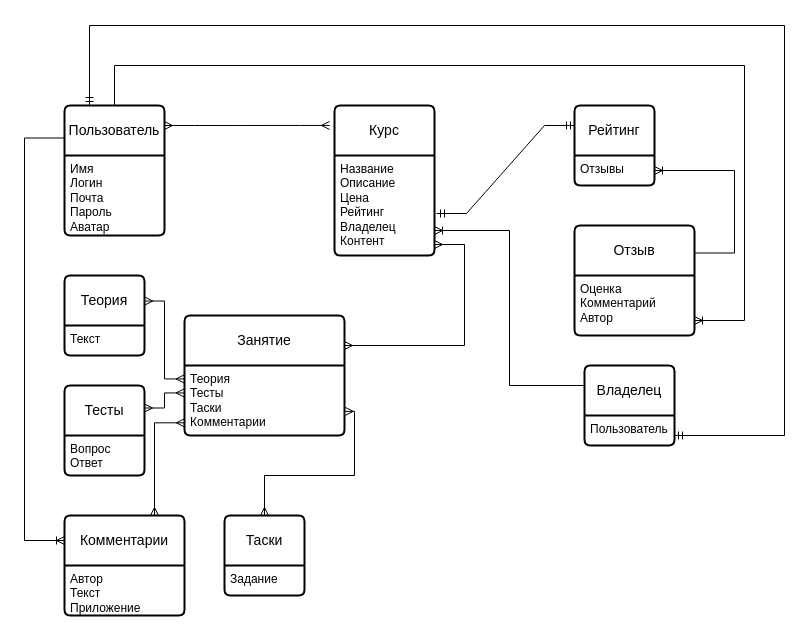
Before: page "ER-Logic" (4 of 20) of Диаграммы/ДиграммыТЗ.drawio in bosonhiiggs/Music-Trainee, a draw.io diagram. Source tidied: cells renumbered, new cells numbered last; positions are measured from the earlier drawing's top-left corner, leaving out a move shared by most shapes. Both pictures are drawn from the tidied source at 100%, with x=0, y=0 at pixel (24, 25).
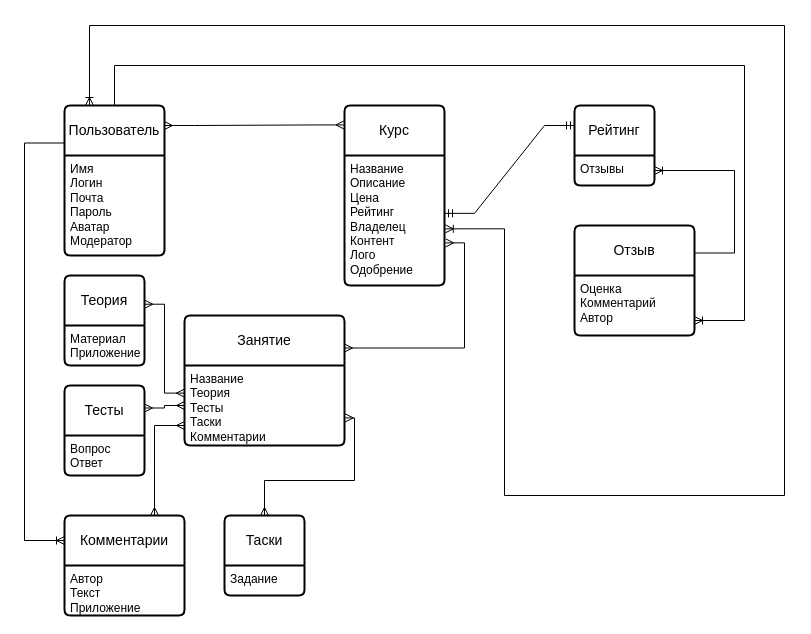
After the change.

Unchanged cells that the change refers to:
```xml
<mxCell id="6" value="Рейтинг" style="swimlane;horizontal=1;startSize=50;rounded=1;fontSize=14;fontStyle=0;strokeWidth=2;shadow=0;dashed=0;align=center;arcSize=4;whiteSpace=wrap;html=1;" parent="1" vertex="1">
  <mxGeometry x="550" y="80" width="80" height="80" as="geometry" />
</mxCell>
<mxCell id="19" value="Тесты" style="swimlane;horizontal=1;startSize=50;rounded=1;fontSize=14;fontStyle=0;strokeWidth=2;shadow=0;dashed=0;align=center;arcSize=4;whiteSpace=wrap;html=1;" parent="1" vertex="1">
  <mxGeometry x="40" y="360" width="80" height="90" as="geometry" />
</mxCell>
<mxCell id="23" value="Комментарии" style="swimlane;horizontal=1;startSize=50;rounded=1;fontSize=14;fontStyle=0;strokeWidth=2;shadow=0;dashed=0;align=center;arcSize=4;whiteSpace=wrap;html=1;" parent="1" vertex="1">
  <mxGeometry x="40" y="490" width="120" height="100" as="geometry" />
</mxCell>
```

Change to the diagram source:
```diff
@@
     <mxCell id="2" value="Пользователь" style="swimlane;horizontal=1;startSize=50;rounded=1;fontSize=14;fontStyle=0;strokeWidth=2;shadow=0;dashed=0;align=center;arcSize=4;whiteSpace=wrap;html=1;" parent="1" vertex="1">
-      <mxGeometry x="40" y="80" width="100" height="130" as="geometry" />
+      <mxGeometry x="40" y="80" width="100" height="150" as="geometry" />
     </mxCell>
-    <mxCell id="3" value="Имя&lt;div&gt;Логин&lt;/div&gt;&lt;div&gt;Почта&lt;/div&gt;&lt;div&gt;Пароль&lt;/div&gt;&lt;div&gt;Аватар&lt;/div&gt;" style="align=left;strokeColor=none;fillColor=none;spacingLeft=4;fontSize=12;verticalAlign=top;html=1;" parent="2" vertex="1">
-      <mxGeometry y="50" width="100" height="80" as="geometry" />
+    <mxCell id="3" value="Имя&lt;div&gt;Логин&lt;/div&gt;&lt;div&gt;Почта&lt;/div&gt;&lt;div&gt;Пароль&lt;/div&gt;&lt;div&gt;Аватар&lt;/div&gt;&lt;div&gt;Модератор&lt;/div&gt;" style="align=left;strokeColor=none;fillColor=none;spacingLeft=4;fontSize=12;verticalAlign=top;html=1;" parent="2" vertex="1">
+      <mxGeometry y="50" width="100" height="100" as="geometry" />
     </mxCell>
     <mxCell id="4" value="Курс" style="swimlane;horizontal=1;startSize=50;rounded=1;fontSize=14;fontStyle=0;strokeWidth=2;shadow=0;dashed=0;align=center;arcSize=4;whiteSpace=wrap;html=1;" parent="1" vertex="1">
-      <mxGeometry x="310" y="80" width="100" height="150" as="geometry" />
+      <mxGeometry x="320" y="80" width="100" height="180" as="geometry" />
     </mxCell>
-    <mxCell id="5" value="Название&lt;div&gt;Описание&lt;/div&gt;&lt;div&gt;Цена&lt;/div&gt;&lt;div&gt;Рейтинг&lt;br&gt;Владелец&lt;/div&gt;&lt;div&gt;Контент&lt;/div&gt;&lt;div&gt;&lt;br&gt;&lt;/div&gt;" style="align=left;strokeColor=none;fillColor=none;spacingLeft=4;fontSize=12;verticalAlign=top;html=1;" parent="4" vertex="1">
-      <mxGeometry y="50" width="100" height="100" as="geometry" />
+    <mxCell id="5" value="Название&lt;div&gt;Описание&lt;/div&gt;&lt;div&gt;Цена&lt;/div&gt;&lt;div&gt;Рейтинг&lt;br&gt;Владелец&lt;/div&gt;&lt;div&gt;Контент&lt;/div&gt;&lt;div&gt;Лого&lt;/div&gt;&lt;div&gt;Одобрение&lt;/div&gt;" style="align=left;strokeColor=none;fillColor=none;spacingLeft=4;fontSize=12;verticalAlign=top;html=1;" parent="4" vertex="1">
+      <mxGeometry y="50" width="100" height="130" as="geometry" />
     </mxCell>
@@
-    <mxCell id="8" style="edgeStyle=entityRelationEdgeStyle;fontSize=12;html=1;endArrow=ERmandOne;startArrow=ERmandOne;rounded=0;entryX=0;entryY=0.25;entryDx=0;entryDy=0;exitX=1.02;exitY=0.58;exitDx=0;exitDy=0;exitPerimeter=0;" parent="1" edge="1" source="5" target="6">
+    <mxCell id="8" style="edgeStyle=entityRelationEdgeStyle;fontSize=12;html=1;endArrow=ERmandOne;startArrow=ERmandOne;rounded=0;entryX=0;entryY=0.25;entryDx=0;entryDy=0;exitX=1;exitY=0.445;exitDx=0;exitDy=0;exitPerimeter=0;" parent="1" edge="1" source="5" target="6">
       <mxGeometry relative="1" as="geometry" />
     </mxCell>
@@
     <mxCell id="13" value="Занятие" style="swimlane;horizontal=1;startSize=50;rounded=1;fontSize=14;fontStyle=0;strokeWidth=2;shadow=0;dashed=0;align=center;arcSize=4;whiteSpace=wrap;html=1;" parent="1" vertex="1">
-      <mxGeometry x="160" y="290" width="160" height="120" as="geometry" />
+      <mxGeometry x="160" y="290" width="160" height="130" as="geometry" />
     </mxCell>
-    <mxCell id="14" value="Теория&lt;div&gt;Тесты&lt;br&gt;Таски&lt;br&gt;Комментарии&lt;/div&gt;" style="align=left;strokeColor=none;fillColor=none;spacingLeft=4;fontSize=12;verticalAlign=top;html=1;" parent="13" vertex="1">
-      <mxGeometry y="50" width="160" height="70" as="geometry" />
+    <mxCell id="14" value="&lt;div&gt;Название&lt;/div&gt;Теория&lt;div&gt;Тесты&lt;br&gt;Таски&lt;br&gt;Комментарии&lt;/div&gt;" style="align=left;strokeColor=none;fillColor=none;spacingLeft=4;fontSize=12;verticalAlign=top;html=1;" parent="13" vertex="1">
+      <mxGeometry y="50" width="160" height="80" as="geometry" />
     </mxCell>
-    <mxCell id="15" style="edgeStyle=entityRelationEdgeStyle;fontSize=12;html=1;endArrow=ERmany;startArrow=ERmany;rounded=0;entryX=-0.05;entryY=0.133;entryDx=0;entryDy=0;entryPerimeter=0;" parent="1" edge="1" target="4">
+    <mxCell id="15" style="edgeStyle=entityRelationEdgeStyle;fontSize=12;html=1;endArrow=ERmany;startArrow=ERmany;rounded=0;entryX=-0.006;entryY=0.108;entryDx=0;entryDy=0;entryPerimeter=0;" parent="1" edge="1" target="4">
       <mxGeometry relative="1" as="geometry">
         <mxPoint x="140" y="100" as="sourcePoint" />
       </mxGeometry>
     </mxCell>
-    <mxCell id="16" style="edgeStyle=elbowEdgeStyle;fontSize=12;html=1;endArrow=ERmany;startArrow=ERmany;rounded=0;entryX=1;entryY=0.25;entryDx=0;entryDy=0;" parent="1" edge="1" target="13">
+    <mxCell id="16" style="edgeStyle=elbowEdgeStyle;fontSize=12;html=1;endArrow=ERmany;startArrow=ERmany;rounded=0;entryX=1;entryY=0.25;entryDx=0;entryDy=0;exitX=1.012;exitY=0.672;exitDx=0;exitDy=0;exitPerimeter=0;" parent="1" edge="1" source="5" target="13">
       <mxGeometry relative="1" as="geometry">
-        <mxPoint x="410" y="219" as="sourcePoint" />
         <Array as="points">
           <mxPoint x="440" y="270" />
         </Array>
       </mxGeometry>
     </mxCell>
     <mxCell id="17" value="Теория" style="swimlane;horizontal=1;startSize=50;rounded=1;fontSize=14;fontStyle=0;strokeWidth=2;shadow=0;dashed=0;align=center;arcSize=4;whiteSpace=wrap;html=1;" parent="1" vertex="1">
-      <mxGeometry x="40" y="250" width="80" height="80" as="geometry" />
+      <mxGeometry x="40" y="250" width="80" height="90" as="geometry" />
     </mxCell>
-    <mxCell id="18" value="Текст" style="align=left;strokeColor=none;fillColor=none;spacingLeft=4;fontSize=12;verticalAlign=top;html=1;" parent="17" vertex="1">
-      <mxGeometry y="50" width="80" height="30" as="geometry" />
+    <mxCell id="18" value="Материал&lt;div&gt;Приложение&lt;/div&gt;" style="align=left;strokeColor=none;fillColor=none;spacingLeft=4;fontSize=12;verticalAlign=top;html=1;" parent="17" vertex="1">
+      <mxGeometry y="50" width="80" height="40" as="geometry" />
     </mxCell>
@@
-    <mxCell id="25" style="edgeStyle=elbowEdgeStyle;fontSize=12;html=1;endArrow=ERmany;startArrow=ERmany;rounded=0;exitX=1.004;exitY=0.319;exitDx=0;exitDy=0;exitPerimeter=0;entryX=-0.003;entryY=0.192;entryDx=0;entryDy=0;entryPerimeter=0;" parent="1" edge="1" source="17" target="14">
+    <mxCell id="25" style="edgeStyle=elbowEdgeStyle;fontSize=12;html=1;endArrow=ERmany;startArrow=ERmany;rounded=0;exitX=1.004;exitY=0.319;exitDx=0;exitDy=0;exitPerimeter=0;entryX=-0.001;entryY=0.345;entryDx=0;entryDy=0;entryPerimeter=0;" parent="1" edge="1" source="17" target="14">
       <mxGeometry relative="1" as="geometry" />
     </mxCell>
-    <mxCell id="26" style="edgeStyle=elbowEdgeStyle;fontSize=12;html=1;endArrow=ERmany;startArrow=ERmany;rounded=0;entryX=-0.003;entryY=0.392;entryDx=0;entryDy=0;entryPerimeter=0;exitX=1;exitY=0.25;exitDx=0;exitDy=0;" parent="1" edge="1" source="19" target="14">
+    <mxCell id="26" style="edgeStyle=elbowEdgeStyle;fontSize=12;html=1;endArrow=ERmany;startArrow=ERmany;rounded=0;entryX=0;entryY=0.5;entryDx=0;entryDy=0;exitX=1;exitY=0.25;exitDx=0;exitDy=0;" parent="1" edge="1" source="19" target="14">
       <mxGeometry relative="1" as="geometry" />
     </mxCell>
@@
-    <mxCell id="28" style="edgeStyle=orthogonalEdgeStyle;fontSize=12;html=1;endArrow=ERmany;startArrow=ERmany;rounded=0;entryX=-0.001;entryY=0.819;entryDx=0;entryDy=0;entryPerimeter=0;exitX=0.75;exitY=0;exitDx=0;exitDy=0;" parent="1" edge="1" source="23" target="14">
-      <mxGeometry relative="1" as="geometry" />
+    <mxCell id="28" style="edgeStyle=orthogonalEdgeStyle;fontSize=12;html=1;endArrow=ERmany;startArrow=ERmany;rounded=0;entryX=0;entryY=0.75;entryDx=0;entryDy=0;exitX=0.75;exitY=0;exitDx=0;exitDy=0;" parent="1" edge="1" source="23" target="14">
+      <mxGeometry relative="1" as="geometry">
+        <Array as="points">
+          <mxPoint x="130" y="400" />
+        </Array>
+      </mxGeometry>
     </mxCell>
@@
-    <mxCell id="30" value="Владелец" style="swimlane;horizontal=1;startSize=50;rounded=1;fontSize=14;fontStyle=0;strokeWidth=2;shadow=0;dashed=0;align=center;arcSize=4;whiteSpace=wrap;html=1;" parent="1" vertex="1">
-      <mxGeometry x="560" y="340" width="90" height="80" as="geometry" />
-    </mxCell>
-    <mxCell id="31" value="Пользователь" style="align=left;strokeColor=none;fillColor=none;spacingLeft=4;fontSize=12;verticalAlign=top;html=1;" parent="30" vertex="1">
-      <mxGeometry y="50" width="90" height="30" as="geometry" />
-    </mxCell>
-    <mxCell id="32" style="edgeStyle=elbowEdgeStyle;fontSize=12;html=1;endArrow=ERoneToMany;rounded=0;exitX=0;exitY=0.25;exitDx=0;exitDy=0;entryX=1;entryY=0.75;entryDx=0;entryDy=0;" parent="1" edge="1" source="30" target="5">
-      <mxGeometry relative="1" as="geometry" />
+    <mxCell id="32" style="edgeStyle=orthogonalEdgeStyle;fontSize=12;html=1;endArrow=ERoneToMany;rounded=0;exitX=0.25;exitY=0;exitDx=0;exitDy=0;startArrow=ERoneToMany;startFill=0;entryX=1.008;entryY=0.564;entryDx=0;entryDy=0;entryPerimeter=0;" parent="1" edge="1" source="2" target="5">
+      <mxGeometry relative="1" as="geometry">
+        <Array as="points">
+          <mxPoint x="65" />
+          <mxPoint x="760" />
+          <mxPoint x="760" y="470" />
+          <mxPoint x="480" y="470" />
+          <mxPoint x="480" y="203" />
+        </Array>
+      </mxGeometry>
     </mxCell>
-    <mxCell id="33" style="edgeStyle=orthogonalEdgeStyle;fontSize=12;html=1;endArrow=ERmandOne;startArrow=ERmandOne;rounded=0;entryX=0.25;entryY=0;entryDx=0;entryDy=0;exitX=1;exitY=0.667;exitDx=0;exitDy=0;exitPerimeter=0;" parent="1" edge="1" source="31" target="2">
-      <mxGeometry relative="1" as="geometry">
-        <Array as="points">
-          <mxPoint x="760" y="410" />
-          <mxPoint x="760" />
-          <mxPoint x="65" />
-        </Array>
-      </mxGeometry>
-    </mxCell>
```
